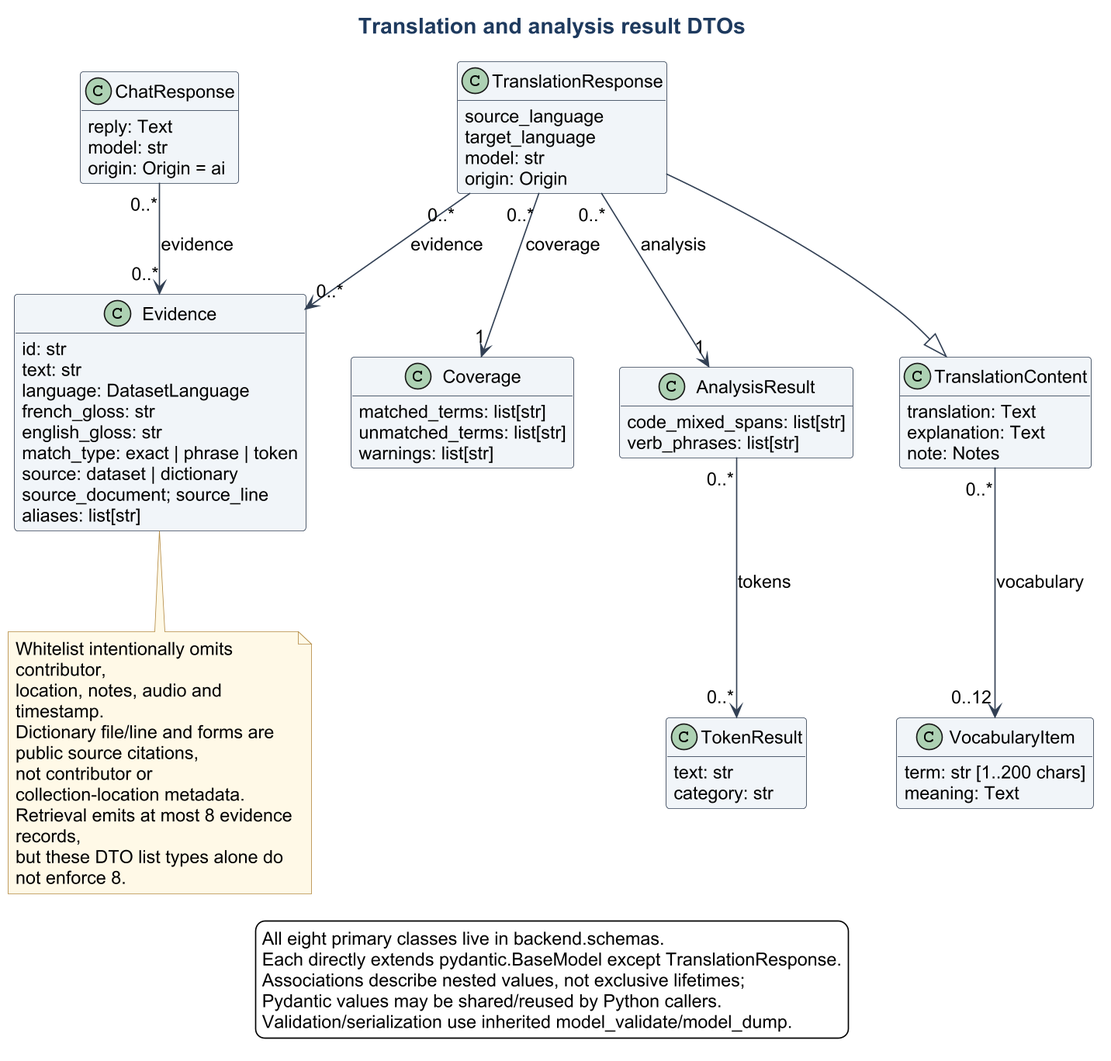
This is docs/diagrams/class-api-results.png from Suraku237/francanglaiscompiler, a PlantUML export, as it was before one commit. Its diagram source:
```plantuml
@startuml
!include theme.iuml
title Translation and analysis result DTOs
hide empty members
class TranslationContent {
  translation: Text
  explanation: Text
  note: Notes
}
class TranslationResponse {
  source_language
  target_language
  model: str
  origin: Origin
}
class VocabularyItem {
  term: str [1..200 chars]
  meaning: Text
}
class Evidence {
  id: str
  text: str
  language: DatasetLanguage
  french_gloss: str
  english_gloss: str
  match_type: exact | phrase | token
  source: dataset | dictionary
  source_document; source_line
  aliases: list[str]
}
class Coverage {
  matched_terms: list[str]
  unmatched_terms: list[str]
  warnings: list[str]
}
class TokenResult {
  text: str
  category: str
}
class AnalysisResult {
  code_mixed_spans: list[str]
  verb_phrases: list[str]
}
class ChatResponse {
  reply: Text
  model: str
  origin: Origin = ai
}
TranslationResponse --|> TranslationContent
TranslationContent "0..*" --> "0..12" VocabularyItem : vocabulary
TranslationResponse "0..*" --> "1" AnalysisResult : analysis
AnalysisResult "0..*" --> "0..*" TokenResult : tokens
TranslationResponse "0..*" --> "1" Coverage : coverage
TranslationResponse "0..*" --> "0..*" Evidence : evidence
ChatResponse "0..*" --> "0..*" Evidence : evidence
note bottom of Evidence
  Whitelist intentionally omits contributor,
  location, notes, audio and timestamp.
  Dictionary file/line and forms are public source citations,
  not contributor or collection-location metadata.
  Retrieval emits at most 8 evidence records,
  but these DTO list types alone do not enforce 8.
end note
legend bottom
  All eight primary classes live in backend.schemas.
  Each directly extends pydantic.BaseModel except TranslationResponse.
  Associations describe nested values, not exclusive lifetimes;
  Pydantic values may be shared/reused by Python callers.
  Validation/serialization use inherited model_validate/model_dump.
endlegend
@enduml
```
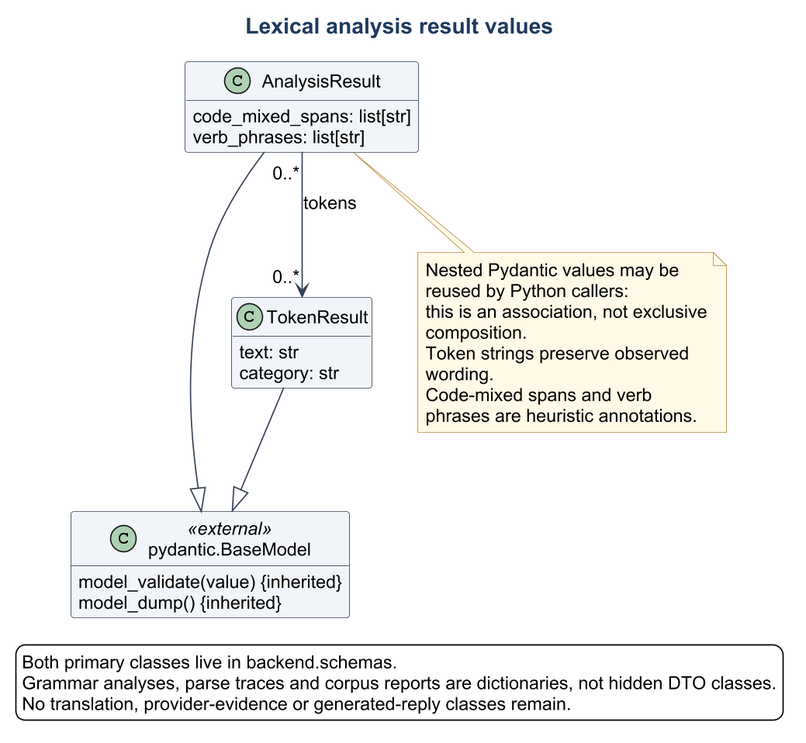
Later version of the same file.

Diff of the diagram source:
```diff
@@ -1,37 +1,10 @@
 @startuml
 !include theme.iuml
-title Translation and analysis result DTOs
+title Lexical analysis result values
 hide empty members
-class TranslationContent {
-  translation: Text
-  explanation: Text
-  note: Notes
-}
-class TranslationResponse {
-  source_language
-  target_language
-  model: str
-  origin: Origin
-}
-class VocabularyItem {
-  term: str [1..200 chars]
-  meaning: Text
-}
-class Evidence {
-  id: str
-  text: str
-  language: DatasetLanguage
-  french_gloss: str
-  english_gloss: str
-  match_type: exact | phrase | token
-  source: dataset | dictionary
-  source_document; source_line
-  aliases: list[str]
-}
-class Coverage {
-  matched_terms: list[str]
-  unmatched_terms: list[str]
-  warnings: list[str]
+class "pydantic.BaseModel" as BaseModel <<external>> {
+  model_validate(value) {inherited}
+  model_dump() {inherited}
 }
 class TokenResult {
   text: str
@@ -41,31 +14,18 @@
   code_mixed_spans: list[str]
   verb_phrases: list[str]
 }
-class ChatResponse {
-  reply: Text
-  model: str
-  origin: Origin = ai
-}
-TranslationResponse --|> TranslationContent
-TranslationContent "0..*" --> "0..12" VocabularyItem : vocabulary
-TranslationResponse "0..*" --> "1" AnalysisResult : analysis
+TokenResult --|> BaseModel
+AnalysisResult --|> BaseModel
 AnalysisResult "0..*" --> "0..*" TokenResult : tokens
-TranslationResponse "0..*" --> "1" Coverage : coverage
-TranslationResponse "0..*" --> "0..*" Evidence : evidence
-ChatResponse "0..*" --> "0..*" Evidence : evidence
-note bottom of Evidence
-  Whitelist intentionally omits contributor,
-  location, notes, audio and timestamp.
-  Dictionary file/line and forms are public source citations,
-  not contributor or collection-location metadata.
-  Retrieval emits at most 8 evidence records,
-  but these DTO list types alone do not enforce 8.
+note bottom of AnalysisResult
+  Nested Pydantic values may be reused by Python callers:
+  this is an association, not exclusive composition.
+  Token strings preserve observed wording.
+  Code-mixed spans and verb phrases are heuristic annotations.
 end note
 legend bottom
-  All eight primary classes live in backend.schemas.
-  Each directly extends pydantic.BaseModel except TranslationResponse.
-  Associations describe nested values, not exclusive lifetimes;
-  Pydantic values may be shared/reused by Python callers.
-  Validation/serialization use inherited model_validate/model_dump.
+  Both primary classes live in backend.schemas.
+  Grammar analyses, parse traces and corpus reports are dictionaries, not hidden DTO classes.
+  No translation, provider-evidence or generated-reply classes remain.
 endlegend
 @enduml
```
